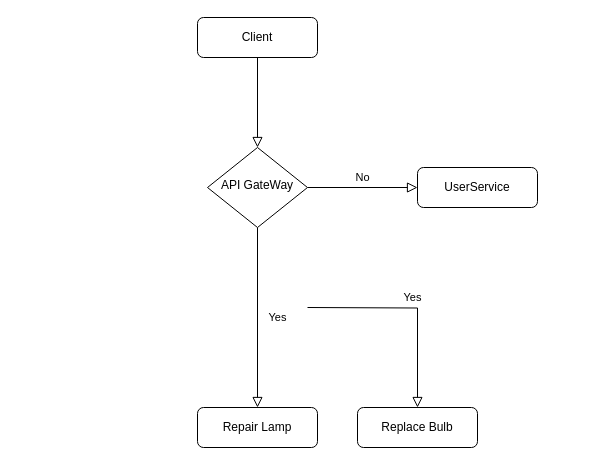
Above: Диаграмма без названия.drawio in drakulitka/diagrams (draw.io), before the change. Source tidied: cells renumbered, new cells numbered last; positions are measured from the earlier drawing's top-left corner, leaving out a move shared by most shapes. Both pictures are drawn from the tidied source at 100%, with x=0, y=0 at pixel (197, 17).
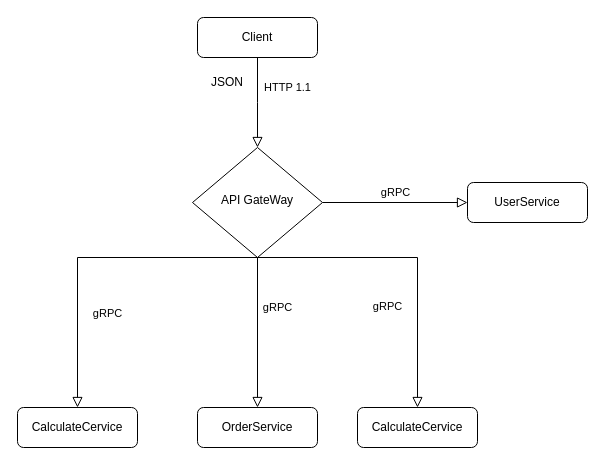
After the change.

Diff of the diagram source:
```diff
@@
 <mxGraphModel>
   <root>
     <mxCell id="0" />
     <mxCell id="1" parent="0" />
-    <mxCell id="2" style="rounded=0;html=1;jettySize=auto;fontSize=11;endArrow=block;endFill=0;endSize=8;strokeWidth=1;shadow=0;labelBackgroundColor=none;edgeStyle=orthogonalEdgeStyle;" parent="1" edge="1" source="3" target="6">
-      <mxGeometry relative="1" as="geometry" />
-    </mxCell>
     <mxCell id="3" value="Client" style="rounded=1;whiteSpace=wrap;html=1;fontSize=12;glass=0;strokeWidth=1;shadow=0;" parent="1" vertex="1">
       <mxGeometry width="120" height="40" as="geometry" />
     </mxCell>
-    <mxCell id="4" value="Yes" style="rounded=0;html=1;jettySize=auto;fontSize=11;endArrow=block;endFill=0;endSize=8;strokeWidth=1;shadow=0;labelBackgroundColor=none;edgeStyle=orthogonalEdgeStyle;entryX=0.5;entryY=0;entryDx=0;entryDy=0;" parent="1" edge="1" source="6" target="9">
-      <mxGeometry y="20" relative="1" as="geometry" />
+    <mxCell id="4" value="gRPC" style="rounded=0;html=1;jettySize=auto;fontSize=11;endArrow=block;endFill=0;endSize=8;strokeWidth=1;shadow=0;labelBackgroundColor=none;edgeStyle=orthogonalEdgeStyle;entryX=0.5;entryY=0;entryDx=0;entryDy=0;" parent="1" edge="1" source="6" target="9">
+      <mxGeometry x="-0.33" y="20" relative="1" as="geometry" />
     </mxCell>
-    <mxCell id="5" value="No" style="edgeStyle=orthogonalEdgeStyle;rounded=0;html=1;jettySize=auto;fontSize=11;endArrow=block;endFill=0;endSize=8;strokeWidth=1;shadow=0;labelBackgroundColor=none;" parent="1" edge="1" source="6" target="7">
+    <mxCell id="5" value="gRPC" style="edgeStyle=orthogonalEdgeStyle;rounded=0;html=1;jettySize=auto;fontSize=11;endArrow=block;endFill=0;endSize=8;strokeWidth=1;shadow=0;labelBackgroundColor=none;" parent="1" edge="1" source="6" target="7">
       <mxGeometry y="10" relative="1" as="geometry" />
     </mxCell>
     <mxCell id="6" value="API GateWay" style="rhombus;whiteSpace=wrap;html=1;shadow=0;fontFamily=Helvetica;fontSize=12;align=center;strokeWidth=1;spacing=6;spacingTop=-4;" parent="1" vertex="1">
-      <mxGeometry x="10" y="130" width="100" height="80" as="geometry" />
+      <mxGeometry x="-5" y="130" width="130" height="110" as="geometry" />
     </mxCell>
     <mxCell id="7" value="UserService&lt;br&gt;" style="rounded=1;whiteSpace=wrap;html=1;fontSize=12;glass=0;strokeWidth=1;shadow=0;" parent="1" vertex="1">
-      <mxGeometry x="220" y="150" width="120" height="40" as="geometry" />
+      <mxGeometry x="270" y="165" width="120" height="40" as="geometry" />
     </mxCell>
-    <mxCell id="8" value="Yes" style="edgeStyle=orthogonalEdgeStyle;rounded=0;html=1;jettySize=auto;fontSize=11;endArrow=block;endFill=0;endSize=8;strokeWidth=1;shadow=0;labelBackgroundColor=none;" parent="1" edge="1" target="10">
-      <mxGeometry y="10" relative="1" as="geometry">
-        <mxPoint x="110" y="290" as="sourcePoint" />
+    <mxCell id="8" value="gRPC" style="edgeStyle=orthogonalEdgeStyle;rounded=0;html=1;jettySize=auto;fontSize=11;endArrow=block;endFill=0;endSize=8;strokeWidth=1;shadow=0;labelBackgroundColor=none;exitX=0.5;exitY=1;exitDx=0;exitDy=0;" parent="1" edge="1" source="6" target="10">
+      <mxGeometry x="0.35" y="-30" relative="1" as="geometry">
+        <Array as="points">
+          <mxPoint x="220" y="240" />
+        </Array>
       </mxGeometry>
     </mxCell>
-    <mxCell id="9" value="Repair Lamp" style="rounded=1;whiteSpace=wrap;html=1;fontSize=12;glass=0;strokeWidth=1;shadow=0;" parent="1" vertex="1">
+    <mxCell id="9" value="OrderService" style="rounded=1;whiteSpace=wrap;html=1;fontSize=12;glass=0;strokeWidth=1;shadow=0;" parent="1" vertex="1">
       <mxGeometry y="390" width="120" height="40" as="geometry" />
     </mxCell>
-    <mxCell id="10" value="Replace Bulb" style="rounded=1;whiteSpace=wrap;html=1;fontSize=12;glass=0;strokeWidth=1;shadow=0;" parent="1" vertex="1">
+    <mxCell id="10" value="CalculateCervice" style="rounded=1;whiteSpace=wrap;html=1;fontSize=12;glass=0;strokeWidth=1;shadow=0;" parent="1" vertex="1">
       <mxGeometry x="160" y="390" width="120" height="40" as="geometry" />
     </mxCell>
+    <mxCell id="11" value="HTTP 1.1" style="edgeStyle=orthogonalEdgeStyle;rounded=0;html=1;jettySize=auto;fontSize=11;endArrow=block;endFill=0;endSize=8;strokeWidth=1;shadow=0;labelBackgroundColor=none;exitX=0.5;exitY=1;exitDx=0;exitDy=0;" parent="1" edge="1" source="3">
+      <mxGeometry x="-0.34" y="30" relative="1" as="geometry">
+        <mxPoint x="60" y="130" as="targetPoint" />
+      </mxGeometry>
+    </mxCell>
+    <mxCell id="12" value="JSON" style="text;html=1;strokeColor=none;fillColor=none;align=center;verticalAlign=middle;whiteSpace=wrap;rounded=0;" parent="1" vertex="1">
+      <mxGeometry y="50" width="60" height="30" as="geometry" />
+    </mxCell>
+    <mxCell id="13" value="gRPC" style="edgeStyle=orthogonalEdgeStyle;rounded=0;html=1;jettySize=auto;fontSize=11;endArrow=block;endFill=0;endSize=8;strokeWidth=1;shadow=0;labelBackgroundColor=none;" parent="1" edge="1" source="6" target="14">
+      <mxGeometry x="0.43" y="30" relative="1" as="geometry">
+        <Array as="points">
+          <mxPoint x="-120" y="240" />
+        </Array>
+      </mxGeometry>
+    </mxCell>
+    <mxCell id="14" value="CalculateCervice" style="rounded=1;whiteSpace=wrap;html=1;fontSize=12;glass=0;strokeWidth=1;shadow=0;" parent="1" vertex="1">
+      <mxGeometry x="-180" y="390" width="120" height="40" as="geometry" />
+    </mxCell>
   </root>
 </mxGraphModel>
```
